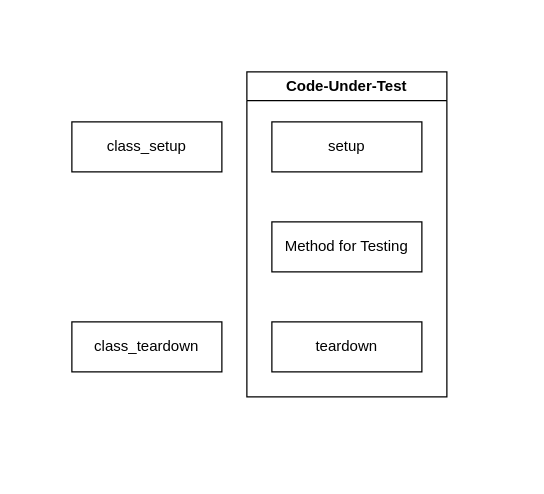
The draw.io diagram Unit Test Flowchart.drawio in philiiiii/abap, before the edit. Source tidied: cells renumbered, new cells numbered last; positions are measured from the earlier drawing's top-left corner, leaving out a move shared by most shapes. Both pictures are drawn from the tidied source at 125%, with x=0, y=0 at pixel (71, 71).
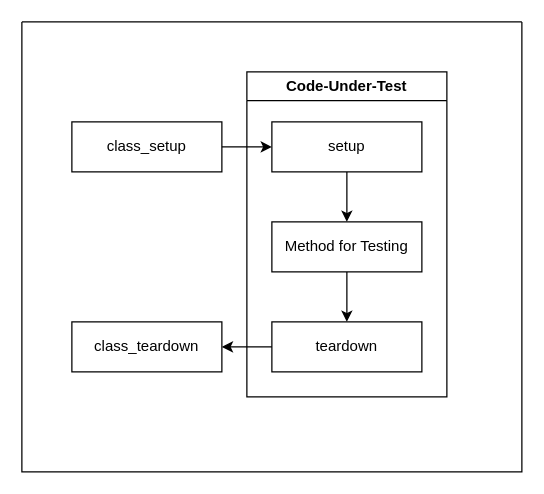
The same diagram, later.

What changed in the source:
```diff
@@
 <mxGraphModel>
   <root>
     <mxCell id="0" />
     <mxCell id="1" parent="0" />
     <mxCell id="2" value="class_setup" style="rounded=0;whiteSpace=wrap;html=1;" parent="1" vertex="1">
       <mxGeometry y="40" width="120" height="40" as="geometry" />
     </mxCell>
     <mxCell id="3" value="setup" style="rounded=0;whiteSpace=wrap;html=1;" parent="1" vertex="1">
       <mxGeometry x="160" y="40" width="120" height="40" as="geometry" />
     </mxCell>
     <mxCell id="4" value="Method for Testing" style="rounded=0;whiteSpace=wrap;html=1;" parent="1" vertex="1">
       <mxGeometry x="160" y="120" width="120" height="40" as="geometry" />
     </mxCell>
     <mxCell id="5" value="teardown" style="rounded=0;whiteSpace=wrap;html=1;" parent="1" vertex="1">
       <mxGeometry x="160" y="200" width="120" height="40" as="geometry" />
     </mxCell>
     <mxCell id="6" value="class_teardown" style="rounded=0;whiteSpace=wrap;html=1;" parent="1" vertex="1">
       <mxGeometry y="200" width="120" height="40" as="geometry" />
     </mxCell>
     <mxCell id="7" value="Code-Under-Test" style="swimlane;whiteSpace=wrap;html=1;" parent="1" vertex="1">
       <mxGeometry x="140" width="160" height="260" as="geometry" />
     </mxCell>
+    <mxCell id="8" style="endArrow=classic;html=1;rounded=0;entryX=0;entryY=0.5;entryDx=0;entryDy=0;exitX=1;exitY=0.5;exitDx=0;exitDy=0;" parent="1" edge="1" source="2" target="3">
+      <mxGeometry relative="1" as="geometry" />
+    </mxCell>
+    <mxCell id="9" style="endArrow=classic;html=1;rounded=0;exitX=0.5;exitY=1;exitDx=0;exitDy=0;entryX=0.5;entryY=0;entryDx=0;entryDy=0;" parent="1" edge="1" source="3" target="4">
+      <mxGeometry relative="1" as="geometry" />
+    </mxCell>
+    <mxCell id="10" style="endArrow=classic;html=1;rounded=0;exitX=0.5;exitY=1;exitDx=0;exitDy=0;" parent="1" edge="1" source="4">
+      <mxGeometry relative="1" as="geometry">
+        <mxPoint x="220" y="200" as="targetPoint" />
+      </mxGeometry>
+    </mxCell>
+    <mxCell id="11" style="endArrow=classic;html=1;rounded=0;exitX=0;exitY=0.5;exitDx=0;exitDy=0;entryX=1;entryY=0.5;entryDx=0;entryDy=0;" parent="1" edge="1" source="5" target="6">
+      <mxGeometry relative="1" as="geometry" />
+    </mxCell>
+    <mxCell id="12" style="swimlane;startSize=0;" parent="1" vertex="1">
+      <mxGeometry x="-40" y="-40" width="400" height="360" as="geometry" />
+    </mxCell>
   </root>
 </mxGraphModel>
```
